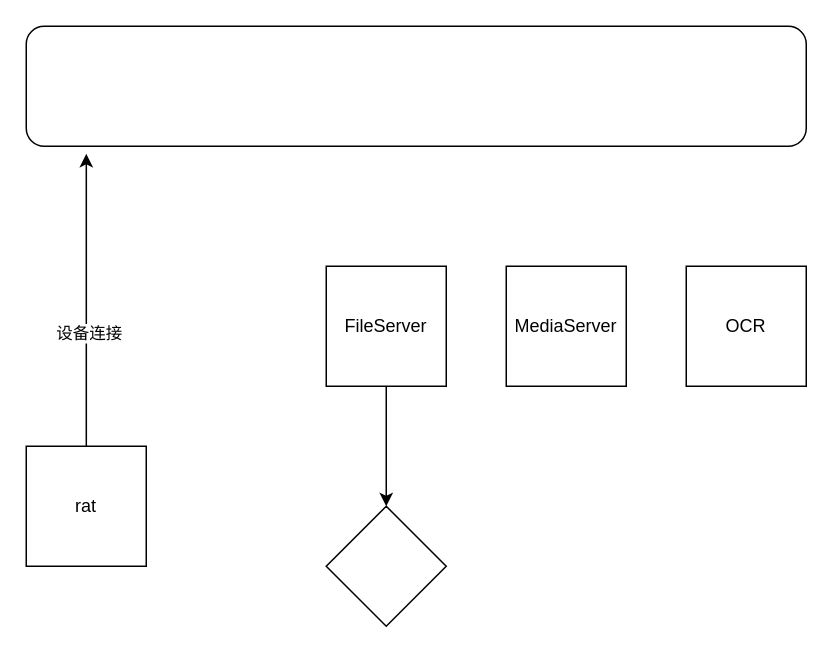
HeisenbergV/node keeps this draw.io diagram as framwork.drawio. Above is the earlier version. Source tidied: cells renumbered, new cells numbered last; positions are measured from the earlier drawing's top-left corner, leaving out a move shared by most shapes. Both pictures are drawn from the tidied source at 150%, with x=0, y=0 at pixel (26, 26).
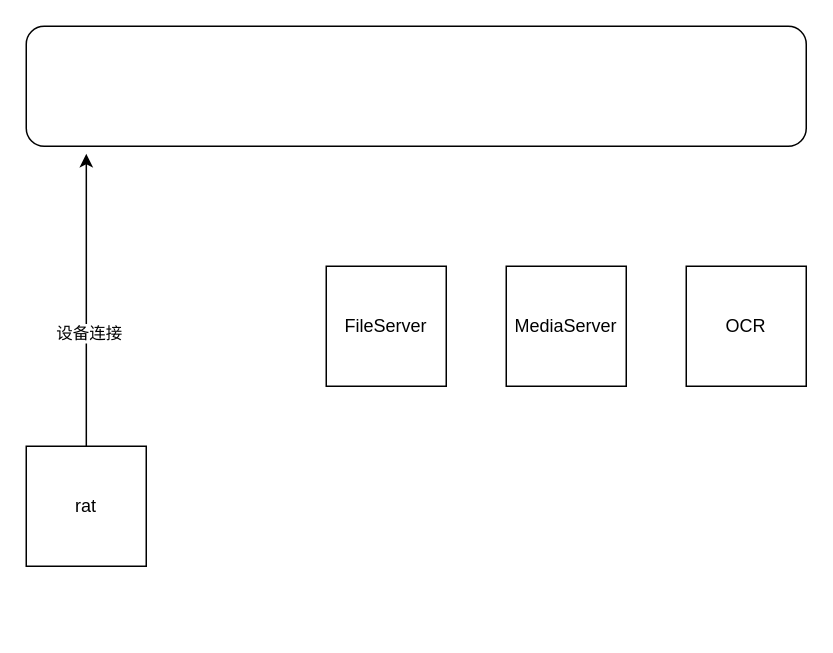
Above is the later version.

The edit, as a diff of the source:
```diff
@@
 <mxGraphModel>
   <root>
     <mxCell id="0" />
     <mxCell id="1" parent="0" />
     <mxCell id="2" style="edgeStyle=orthogonalEdgeStyle;rounded=0;jettySize=auto;html=1;entryX=0.077;entryY=1.063;entryDx=0;entryDy=0;entryPerimeter=0;" parent="1" edge="1" source="4" target="9">
       <mxGeometry relative="1" as="geometry" />
     </mxCell>
     <mxCell id="3" value="设备连接" style="edgeLabel;html=1;align=center;verticalAlign=middle;" parent="2" vertex="1">
       <mxGeometry x="-0.22" y="-1" relative="1" as="geometry" />
     </mxCell>
     <mxCell id="4" value="rat" style="whiteSpace=wrap;html=1;" parent="1" vertex="1">
       <mxGeometry y="280" width="80" height="80" as="geometry" />
     </mxCell>
-    <mxCell id="5" style="edgeStyle=orthogonalEdgeStyle;rounded=0;jettySize=auto;html=1;" parent="1" edge="1" source="6" target="10">
-      <mxGeometry relative="1" as="geometry" />
-    </mxCell>
     <mxCell id="6" value="FileServer" style="whiteSpace=wrap;html=1;" parent="1" vertex="1">
       <mxGeometry x="200" y="160" width="80" height="80" as="geometry" />
     </mxCell>
     <mxCell id="7" value="MediaServer" style="whiteSpace=wrap;html=1;" parent="1" vertex="1">
       <mxGeometry x="320" y="160" width="80" height="80" as="geometry" />
     </mxCell>
     <mxCell id="8" value="OCR" style="whiteSpace=wrap;html=1;" parent="1" vertex="1">
       <mxGeometry x="440" y="160" width="80" height="80" as="geometry" />
     </mxCell>
     <mxCell id="9" style="rounded=1;whiteSpace=wrap;html=1;" parent="1" vertex="1">
       <mxGeometry width="520" height="80" as="geometry" />
     </mxCell>
-    <mxCell id="10" style="rhombus;whiteSpace=wrap;html=1;" parent="1" vertex="1">
-      <mxGeometry x="200" y="320" width="80" height="80" as="geometry" />
-    </mxCell>
   </root>
 </mxGraphModel>
```
